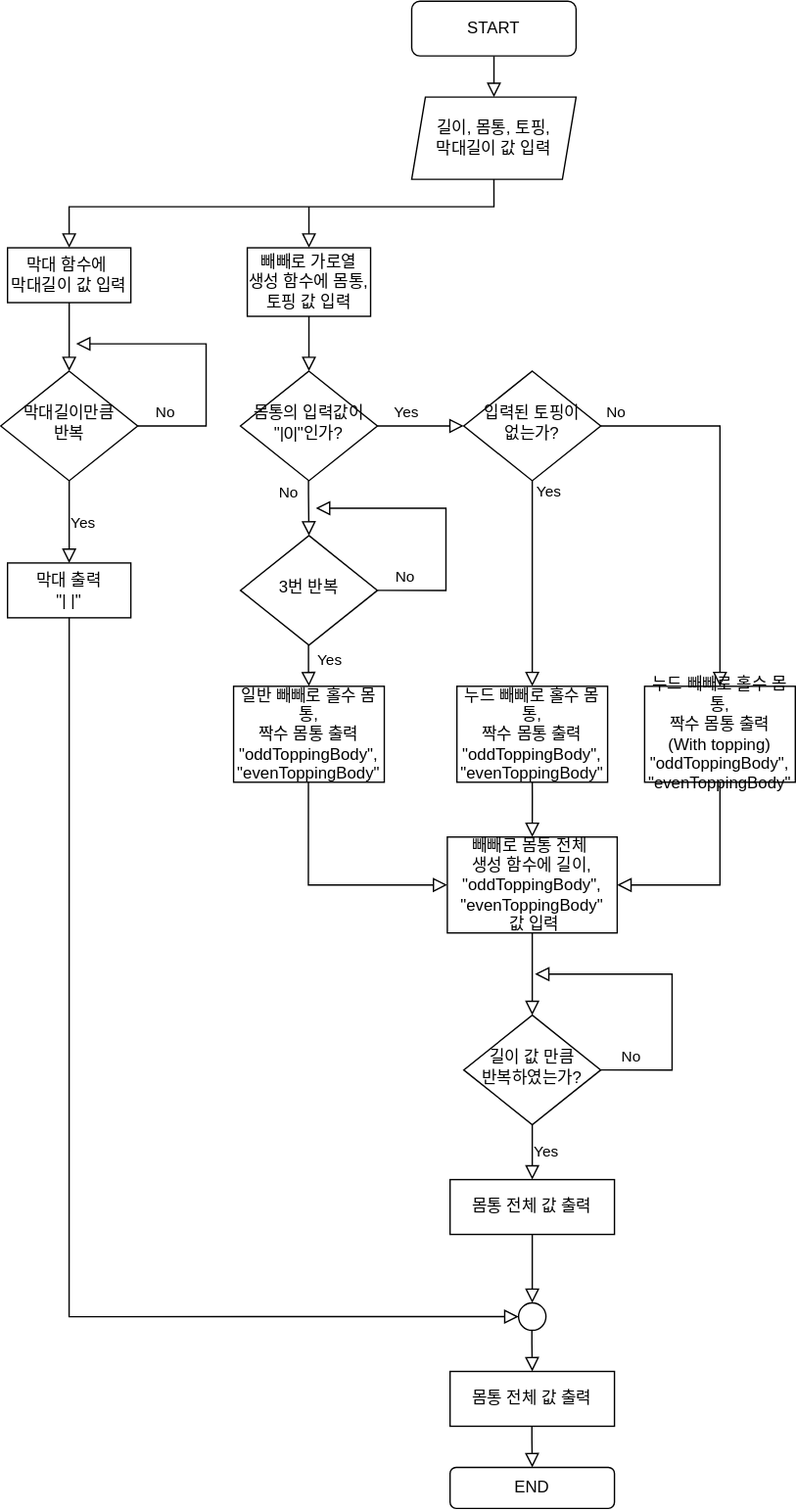
yagom-academy/swift-starter-Round1 keeps this draw.io diagram as Step3_FlowChart.svg. Above is the earlier version. Source tidied: cells renumbered, new cells last; positions are measured from the earlier drawing's top-left corner, leaving out a move shared by most shapes.
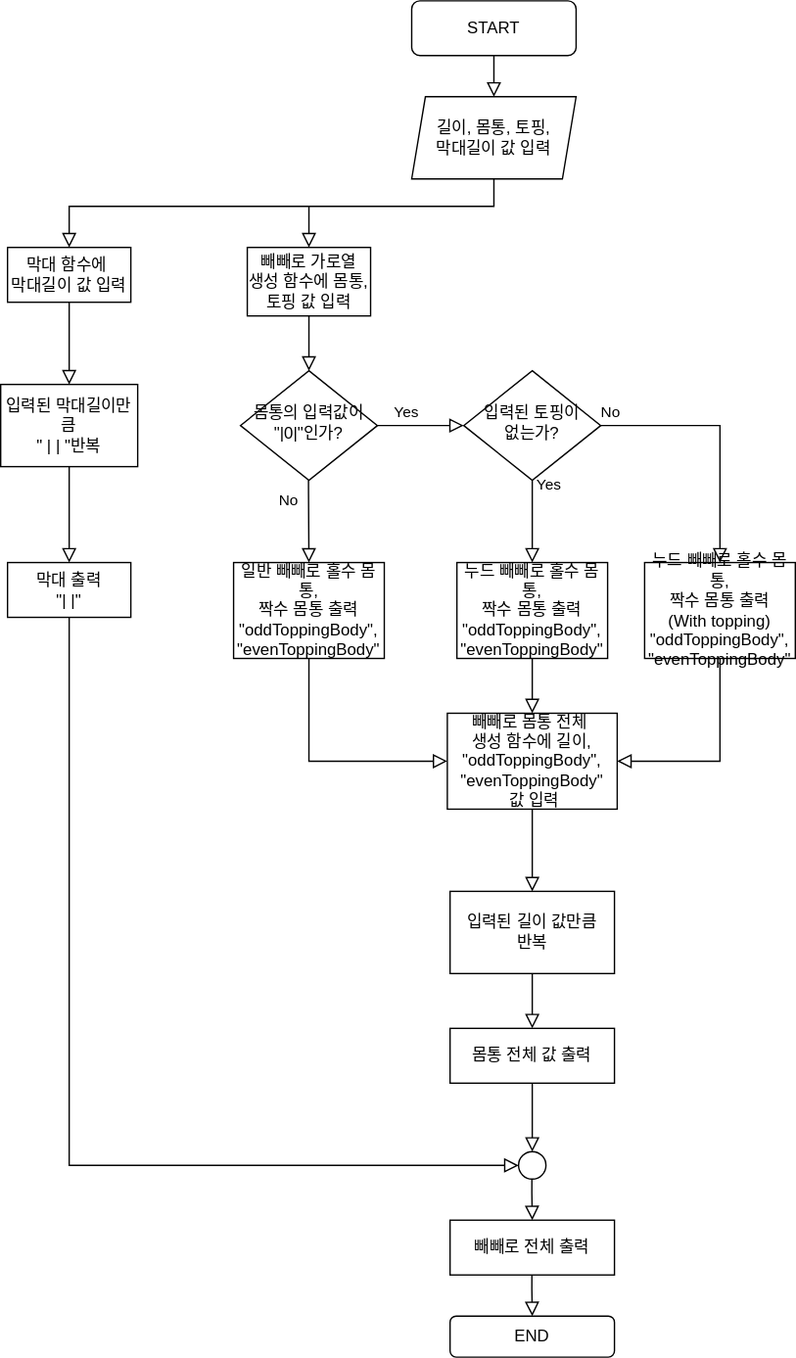
After the commit.

Commit message:
Docs: Step3_Diagram

Diff of the diagram source:
```diff
@@ -8,30 +8,16 @@
     <mxCell id="3" value="START" style="rounded=1;whiteSpace=wrap;html=1;fontSize=12;glass=0;strokeWidth=1;shadow=0;" parent="1" vertex="1">
       <mxGeometry x="300" width="120" height="40" as="geometry" />
     </mxCell>
-    <mxCell id="4" style="rounded=0;html=1;jettySize=auto;fontSize=11;endArrow=block;endFill=0;endSize=8;strokeWidth=1;shadow=0;labelBackgroundColor=none;edgeStyle=orthogonalEdgeStyle;" parent="1" edge="1" target="7">
+    <mxCell id="4" style="rounded=0;html=1;jettySize=auto;fontSize=11;endArrow=block;endFill=0;endSize=8;strokeWidth=1;shadow=0;labelBackgroundColor=none;edgeStyle=orthogonalEdgeStyle;entryX=0.5;entryY=0;entryDx=0;entryDy=0;" parent="1" edge="1" target="43">
       <mxGeometry y="20" relative="1" as="geometry">
         <mxPoint x="50" y="220" as="sourcePoint" />
       </mxGeometry>
     </mxCell>
-    <mxCell id="5" value="No" style="edgeStyle=orthogonalEdgeStyle;rounded=0;html=1;jettySize=auto;orthogonalLoop=1;fontSize=11;endArrow=block;endFill=0;endSize=8;strokeWidth=1;shadow=0;labelBackgroundColor=none;" parent="1" edge="1">
-      <mxGeometry x="-0.8" y="10" relative="1" as="geometry">
-        <mxPoint x="100" y="310" as="sourcePoint" />
-        <mxPoint x="55" y="250" as="targetPoint" />
-        <Array as="points">
-          <mxPoint x="150" y="310" />
-          <mxPoint x="150" y="250" />
-          <mxPoint x="55" y="250" />
-        </Array>
-      </mxGeometry>
-    </mxCell>
-    <mxCell id="6" value="Yes" style="edgeStyle=orthogonalEdgeStyle;rounded=0;html=1;jettySize=auto;fontSize=11;endArrow=block;endFill=0;endSize=8;strokeWidth=1;shadow=0;labelBackgroundColor=none;exitX=0.5;exitY=1;exitDx=0;exitDy=0;" parent="1" edge="1" source="7">
+    <mxCell id="6" style="edgeStyle=orthogonalEdgeStyle;rounded=0;html=1;jettySize=auto;fontSize=11;endArrow=block;endFill=0;endSize=8;strokeWidth=1;shadow=0;labelBackgroundColor=none;exitX=0.5;exitY=1;exitDx=0;exitDy=0;" parent="1" edge="1" source="43">
       <mxGeometry y="10" relative="1" as="geometry">
         <mxPoint x="50" y="410" as="targetPoint" />
       </mxGeometry>
     </mxCell>
-    <mxCell id="7" value="막대길이만큼 &lt;br&gt;반복" style="rhombus;whiteSpace=wrap;html=1;shadow=0;fontFamily=Helvetica;fontSize=12;align=center;strokeWidth=1;spacing=6;spacingTop=-4;" parent="1" vertex="1">
-      <mxGeometry y="270" width="100" height="80" as="geometry" />
-    </mxCell>
     <mxCell id="8" value="길이, 몸통, 토핑, &lt;br&gt;막대길이 값 입력" style="shape=parallelogram;perimeter=parallelogramPerimeter;whiteSpace=wrap;html=1;fixedSize=1;size=10;" parent="1" vertex="1">
       <mxGeometry x="300" y="70" width="120" height="60" as="geometry" />
     </mxCell>
@@ -69,13 +55,10 @@
     <mxCell id="15" value="몸통의 입력값이 &quot;|0|&quot;인가?" style="rhombus;whiteSpace=wrap;html=1;shadow=0;fontFamily=Helvetica;fontSize=12;align=center;strokeWidth=1;spacing=6;spacingTop=-4;" parent="1" vertex="1">
       <mxGeometry x="175" y="270" width="100" height="80" as="geometry" />
     </mxCell>
-    <mxCell id="16" value="3번 반복" style="rhombus;whiteSpace=wrap;html=1;shadow=0;fontFamily=Helvetica;fontSize=12;align=center;strokeWidth=1;spacing=6;spacingTop=-4;" parent="1" vertex="1">
-      <mxGeometry x="175" y="390" width="100" height="80" as="geometry" />
-    </mxCell>
     <mxCell id="17" value="No" style="edgeStyle=orthogonalEdgeStyle;rounded=0;html=1;jettySize=auto;orthogonalLoop=1;fontSize=11;endArrow=block;endFill=0;endSize=8;strokeWidth=1;shadow=0;labelBackgroundColor=none;exitX=0.5;exitY=1;exitDx=0;exitDy=0;" parent="1" edge="1">
       <mxGeometry x="-0.5" y="-15" relative="1" as="geometry">
         <mxPoint x="224.7" y="350" as="sourcePoint" />
-        <mxPoint x="225" y="390" as="targetPoint" />
+        <mxPoint x="225" y="410" as="targetPoint" />
         <Array as="points">
           <mxPoint x="225" y="360" />
           <mxPoint x="225" y="360" />
@@ -85,133 +68,116 @@
     <mxCell id="18" value="Yes" style="edgeStyle=orthogonalEdgeStyle;rounded=0;html=1;jettySize=auto;fontSize=11;endArrow=block;endFill=0;endSize=8;strokeWidth=1;shadow=0;labelBackgroundColor=none;exitX=1;exitY=0.5;exitDx=0;exitDy=0;entryX=0;entryY=0.5;entryDx=0;entryDy=0;" parent="1" edge="1" source="15" target="23">
       <mxGeometry x="-0.33" y="10" relative="1" as="geometry" />
     </mxCell>
-    <mxCell id="19" value="No" style="edgeStyle=orthogonalEdgeStyle;rounded=0;html=1;jettySize=auto;orthogonalLoop=1;fontSize=11;endArrow=block;endFill=0;endSize=8;strokeWidth=1;shadow=0;labelBackgroundColor=none;" parent="1" edge="1">
-      <mxGeometry x="-0.8" y="10" relative="1" as="geometry">
-        <mxPoint x="275" y="430" as="sourcePoint" />
-        <mxPoint x="230" y="370" as="targetPoint" />
-        <Array as="points">
-          <mxPoint x="325" y="430" />
-          <mxPoint x="325" y="370" />
-          <mxPoint x="230" y="370" />
-        </Array>
-      </mxGeometry>
-    </mxCell>
-    <mxCell id="20" value="Yes" style="edgeStyle=orthogonalEdgeStyle;rounded=0;html=1;jettySize=auto;fontSize=11;endArrow=block;endFill=0;endSize=8;strokeWidth=1;shadow=0;labelBackgroundColor=none;exitX=0.5;exitY=1;exitDx=0;exitDy=0;" parent="1" edge="1" target="21">
-      <mxGeometry x="-0.34" y="15" relative="1" as="geometry">
-        <mxPoint x="224.7" y="470" as="sourcePoint" />
-      </mxGeometry>
-    </mxCell>
     <mxCell id="21" value="일반 빼빼로 홀수 몸통,&lt;br&gt;짝수 몸통 출력&lt;br&gt;&quot;oddToppingBody&quot;,&lt;br&gt;&quot;evenToppingBody&quot;" style="rounded=0;whiteSpace=wrap;html=1;" parent="1" vertex="1">
-      <mxGeometry x="170" y="500" width="110" height="70" as="geometry" />
+      <mxGeometry x="170" y="410" width="110" height="70" as="geometry" />
     </mxCell>
     <mxCell id="22" value="누드 빼빼로 홀수 몸통,&lt;br&gt;짝수 몸통 출력&lt;br&gt;&quot;oddToppingBody&quot;,&lt;br&gt;&quot;evenToppingBody&quot;" style="rounded=0;whiteSpace=wrap;html=1;" parent="1" vertex="1">
-      <mxGeometry x="333" y="500" width="110" height="70" as="geometry" />
+      <mxGeometry x="333" y="410" width="110" height="70" as="geometry" />
     </mxCell>
     <mxCell id="23" value="입력된 토핑이 &lt;br&gt;없는가?" style="rhombus;whiteSpace=wrap;html=1;shadow=0;fontFamily=Helvetica;fontSize=12;align=center;strokeWidth=1;spacing=6;spacingTop=-4;" parent="1" vertex="1">
       <mxGeometry x="338" y="270" width="100" height="80" as="geometry" />
     </mxCell>
-    <mxCell id="24" value="Yes" style="edgeStyle=orthogonalEdgeStyle;rounded=0;html=1;jettySize=auto;fontSize=11;endArrow=block;endFill=0;endSize=8;strokeWidth=1;shadow=0;labelBackgroundColor=none;exitX=0.5;exitY=1;exitDx=0;exitDy=0;entryX=0.5;entryY=0;entryDx=0;entryDy=0;" parent="1" edge="1" source="23" target="22">
-      <mxGeometry x="-0.89" y="12" relative="1" as="geometry" />
+    <mxCell id="24" value="Yes" style="edgeStyle=orthogonalEdgeStyle;rounded=0;html=1;jettySize=auto;fontSize=11;endArrow=block;endFill=0;endSize=8;strokeWidth=1;shadow=0;labelBackgroundColor=none;exitX=0.5;exitY=1;exitDx=0;exitDy=0;" parent="1" edge="1" source="23">
+      <mxGeometry x="-0.89" y="12" relative="1" as="geometry">
+        <mxPoint x="388" y="410" as="targetPoint" />
+      </mxGeometry>
     </mxCell>
-    <mxCell id="25" value="No" style="edgeStyle=orthogonalEdgeStyle;rounded=0;html=1;jettySize=auto;fontSize=11;endArrow=block;endFill=0;endSize=8;strokeWidth=1;shadow=0;labelBackgroundColor=none;entryX=0.5;entryY=0;entryDx=0;entryDy=0;" parent="1" edge="1" target="26">
+    <mxCell id="25" value="No" style="edgeStyle=orthogonalEdgeStyle;rounded=0;html=1;jettySize=auto;orthogonalLoop=1;fontSize=11;endArrow=block;endFill=0;endSize=8;strokeWidth=1;shadow=0;labelBackgroundColor=none;" parent="1" edge="1">
       <mxGeometry x="-0.92" y="10" relative="1" as="geometry">
         <mxPoint x="438" y="310" as="sourcePoint" />
+        <mxPoint x="525" y="410" as="targetPoint" />
       </mxGeometry>
     </mxCell>
     <mxCell id="26" value="누드 빼빼로 홀수 몸통,&lt;br&gt;짝수 몸통 출력&lt;br&gt;(With topping)&lt;br&gt;&quot;oddToppingBody&quot;,&lt;br&gt;&quot;evenToppingBody&quot;" style="rounded=0;whiteSpace=wrap;html=1;" parent="1" vertex="1">
-      <mxGeometry x="470" y="500" width="110" height="70" as="geometry" />
+      <mxGeometry x="470" y="410" width="110" height="70" as="geometry" />
     </mxCell>
     <mxCell id="27" value="빼빼로 몸통 전체&amp;nbsp;&lt;br&gt;생성 함수에 길이, &quot;oddToppingBody&quot;,&lt;br&gt;&quot;evenToppingBody&quot;&lt;br&gt;&amp;nbsp;값 입력" style="rounded=0;whiteSpace=wrap;html=1;" parent="1" vertex="1">
-      <mxGeometry x="326" y="610" width="124" height="70" as="geometry" />
+      <mxGeometry x="326" y="520" width="124" height="70" as="geometry" />
     </mxCell>
     <mxCell id="28" style="rounded=0;html=1;jettySize=auto;fontSize=11;endArrow=block;endFill=0;endSize=8;strokeWidth=1;shadow=0;labelBackgroundColor=none;edgeStyle=orthogonalEdgeStyle;entryX=0.5;entryY=0;entryDx=0;entryDy=0;" parent="1" edge="1" target="27">
       <mxGeometry y="20" relative="1" as="geometry">
-        <mxPoint x="388" y="570" as="sourcePoint" />
+        <mxPoint x="388" y="480" as="sourcePoint" />
         <Array as="points">
-          <mxPoint x="388" y="580" />
-          <mxPoint x="388" y="580" />
+          <mxPoint x="388" y="490" />
+          <mxPoint x="388" y="490" />
         </Array>
       </mxGeometry>
     </mxCell>
     <mxCell id="29" style="rounded=0;html=1;jettySize=auto;fontSize=11;endArrow=block;endFill=0;endSize=8;strokeWidth=1;shadow=0;labelBackgroundColor=none;edgeStyle=orthogonalEdgeStyle;exitX=0.5;exitY=1;exitDx=0;exitDy=0;entryX=1;entryY=0.5;entryDx=0;entryDy=0;" parent="1" edge="1" source="26" target="27">
       <mxGeometry y="20" relative="1" as="geometry">
         <Array as="points">
-          <mxPoint x="525" y="645" />
+          <mxPoint x="525" y="555" />
         </Array>
       </mxGeometry>
     </mxCell>
-    <mxCell id="30" style="rounded=0;html=1;jettySize=auto;fontSize=11;endArrow=block;endFill=0;endSize=8;strokeWidth=1;shadow=0;labelBackgroundColor=none;edgeStyle=orthogonalEdgeStyle;entryX=0;entryY=0.5;entryDx=0;entryDy=0;" parent="1" edge="1" target="27">
+    <mxCell id="30" style="rounded=0;html=1;jettySize=auto;fontSize=11;endArrow=block;endFill=0;endSize=8;strokeWidth=1;shadow=0;labelBackgroundColor=none;edgeStyle=orthogonalEdgeStyle;entryX=0;entryY=0.5;entryDx=0;entryDy=0;exitX=0.5;exitY=1;exitDx=0;exitDy=0;" parent="1" edge="1" source="21" target="27">
       <mxGeometry y="20" relative="1" as="geometry">
-        <mxPoint x="224.6" y="570" as="sourcePoint" />
         <Array as="points">
-          <mxPoint x="225" y="645" />
+          <mxPoint x="225" y="555" />
         </Array>
       </mxGeometry>
     </mxCell>
-    <mxCell id="31" value="길이 값 만큼 &lt;br&gt;반복하였는가?" style="rhombus;whiteSpace=wrap;html=1;shadow=0;fontFamily=Helvetica;fontSize=12;align=center;strokeWidth=1;spacing=6;spacingTop=-4;" parent="1" vertex="1">
-      <mxGeometry x="338" y="740" width="100" height="80" as="geometry" />
-    </mxCell>
-    <mxCell id="32" style="edgeStyle=orthogonalEdgeStyle;rounded=0;html=1;jettySize=auto;fontSize=11;endArrow=block;endFill=0;endSize=8;strokeWidth=1;shadow=0;labelBackgroundColor=none;entryX=0.5;entryY=0;entryDx=0;entryDy=0;" parent="1" edge="1" target="31">
+    <mxCell id="32" style="edgeStyle=orthogonalEdgeStyle;rounded=0;html=1;jettySize=auto;orthogonalLoop=1;fontSize=11;endArrow=block;endFill=0;endSize=8;strokeWidth=1;shadow=0;labelBackgroundColor=none;entryX=0.5;entryY=0;entryDx=0;entryDy=0;" parent="1" edge="1">
       <mxGeometry y="10" relative="1" as="geometry">
-        <mxPoint x="388" y="680" as="sourcePoint" />
+        <mxPoint x="388" y="590" as="sourcePoint" />
+        <mxPoint x="388" y="650" as="targetPoint" />
       </mxGeometry>
     </mxCell>
-    <mxCell id="33" value="No" style="edgeStyle=orthogonalEdgeStyle;rounded=0;html=1;jettySize=auto;fontSize=11;endArrow=block;endFill=0;endSize=8;strokeWidth=1;shadow=0;labelBackgroundColor=none;exitX=1;exitY=0.5;exitDx=0;exitDy=0;" parent="1" edge="1" source="31">
-      <mxGeometry x="-0.8" y="10" relative="1" as="geometry">
-        <mxPoint x="390" y="710" as="targetPoint" />
-        <Array as="points">
-          <mxPoint x="490" y="780" />
-          <mxPoint x="490" y="710" />
-        </Array>
-      </mxGeometry>
-    </mxCell>
-    <mxCell id="34" value="Yes" style="edgeStyle=orthogonalEdgeStyle;rounded=0;html=1;jettySize=auto;fontSize=11;endArrow=block;endFill=0;endSize=8;strokeWidth=1;shadow=0;labelBackgroundColor=none;exitX=0.5;exitY=1;exitDx=0;exitDy=0;entryX=0.5;entryY=0;entryDx=0;entryDy=0;" parent="1" edge="1" source="31" target="35">
-      <mxGeometry y="10" relative="1" as="geometry" />
+    <mxCell id="34" style="edgeStyle=orthogonalEdgeStyle;rounded=0;html=1;jettySize=auto;fontSize=11;endArrow=block;endFill=0;endSize=8;strokeWidth=1;shadow=0;labelBackgroundColor=none;exitX=0.5;exitY=1;exitDx=0;exitDy=0;entryX=0.5;entryY=0;entryDx=0;entryDy=0;" parent="1" edge="1" target="35">
+      <mxGeometry y="10" relative="1" as="geometry">
+        <mxPoint x="388" y="710" as="sourcePoint" />
+      </mxGeometry>
     </mxCell>
     <mxCell id="35" value="몸통 전체 값 출력" style="rounded=0;whiteSpace=wrap;html=1;" parent="1" vertex="1">
-      <mxGeometry x="328" y="860" width="120" height="40" as="geometry" />
+      <mxGeometry x="328" y="750" width="120" height="40" as="geometry" />
     </mxCell>
-    <mxCell id="36" value="몸통 전체 값 출력" style="rounded=0;whiteSpace=wrap;html=1;" parent="1" vertex="1">
-      <mxGeometry x="328" y="1000" width="120" height="40" as="geometry" />
+    <mxCell id="36" value="빼빼로 전체 출력" style="rounded=0;whiteSpace=wrap;html=1;" parent="1" vertex="1">
+      <mxGeometry x="328" y="890" width="120" height="40" as="geometry" />
     </mxCell>
     <mxCell id="37" style="edgeStyle=orthogonalEdgeStyle;rounded=0;html=1;jettySize=auto;orthogonalLoop=1;fontSize=11;endArrow=block;endFill=0;endSize=8;strokeWidth=1;shadow=0;labelBackgroundColor=none;" parent="1" edge="1">
       <mxGeometry y="10" relative="1" as="geometry">
-        <mxPoint x="388" y="900" as="sourcePoint" />
-        <mxPoint x="388" y="950" as="targetPoint" />
+        <mxPoint x="388" y="790" as="sourcePoint" />
+        <mxPoint x="388" y="840" as="targetPoint" />
       </mxGeometry>
     </mxCell>
     <mxCell id="38" style="rounded=0;html=1;jettySize=auto;fontSize=11;endArrow=block;endFill=0;endSize=8;strokeWidth=1;shadow=0;labelBackgroundColor=none;edgeStyle=orthogonalEdgeStyle;exitX=0.5;exitY=1;exitDx=0;exitDy=0;entryX=0;entryY=0.5;entryDx=0;entryDy=0;" parent="1" edge="1" source="13" target="39">
       <mxGeometry y="20" relative="1" as="geometry">
         <Array as="points">
-          <mxPoint x="50" y="960" />
+          <mxPoint x="50" y="850" />
         </Array>
       </mxGeometry>
     </mxCell>
     <mxCell id="39" style="ellipse;whiteSpace=wrap;html=1;" parent="1" vertex="1">
-      <mxGeometry x="378" y="950" width="20" height="20" as="geometry" />
+      <mxGeometry x="378" y="840" width="20" height="20" as="geometry" />
     </mxCell>
     <mxCell id="40" style="edgeStyle=orthogonalEdgeStyle;rounded=0;html=1;jettySize=auto;orthogonalLoop=1;fontSize=11;endArrow=block;endFill=0;endSize=8;strokeWidth=1;shadow=0;labelBackgroundColor=none;" parent="1" edge="1">
       <mxGeometry y="10" relative="1" as="geometry">
-        <mxPoint x="387.7" y="970" as="sourcePoint" />
-        <mxPoint x="388" y="1000" as="targetPoint" />
+        <mxPoint x="387.7" y="860" as="sourcePoint" />
+        <mxPoint x="388" y="890" as="targetPoint" />
         <Array as="points">
-          <mxPoint x="387.9" y="980" />
-          <mxPoint x="387.9" y="980" />
+          <mxPoint x="387.9" y="870" />
+          <mxPoint x="387.9" y="870" />
         </Array>
       </mxGeometry>
     </mxCell>
     <mxCell id="41" style="edgeStyle=orthogonalEdgeStyle;rounded=0;html=1;jettySize=auto;orthogonalLoop=1;fontSize=11;endArrow=block;endFill=0;endSize=8;strokeWidth=1;shadow=0;labelBackgroundColor=none;" parent="1" edge="1">
       <mxGeometry y="10" relative="1" as="geometry">
-        <mxPoint x="387.7" y="1040" as="sourcePoint" />
-        <mxPoint x="388" y="1070" as="targetPoint" />
+        <mxPoint x="387.7" y="930" as="sourcePoint" />
+        <mxPoint x="388" y="960" as="targetPoint" />
         <Array as="points">
-          <mxPoint x="387.9" y="1050" />
-          <mxPoint x="387.9" y="1050" />
+          <mxPoint x="387.9" y="940" />
+          <mxPoint x="387.9" y="940" />
         </Array>
       </mxGeometry>
     </mxCell>
     <mxCell id="42" value="END" style="rounded=1;whiteSpace=wrap;html=1;" parent="1" vertex="1">
-      <mxGeometry x="328" y="1070" width="120" height="30" as="geometry" />
+      <mxGeometry x="328" y="960" width="120" height="30" as="geometry" />
     </mxCell>
+    <mxCell id="43" value="입력된 막대길이만큼 &lt;br&gt;&quot; | | &quot;반복" style="rounded=0;whiteSpace=wrap;html=1;" parent="1" vertex="1">
+      <mxGeometry y="280" width="100" height="60" as="geometry" />
+    </mxCell>
+    <mxCell id="44" value="입력된 길이 값만큼&lt;br&gt;반복" style="rounded=0;whiteSpace=wrap;html=1;" parent="1" vertex="1">
+      <mxGeometry x="328" y="650" width="120" height="60" as="geometry" />
+    </mxCell>
   </root>
 </mxGraphModel>
```
